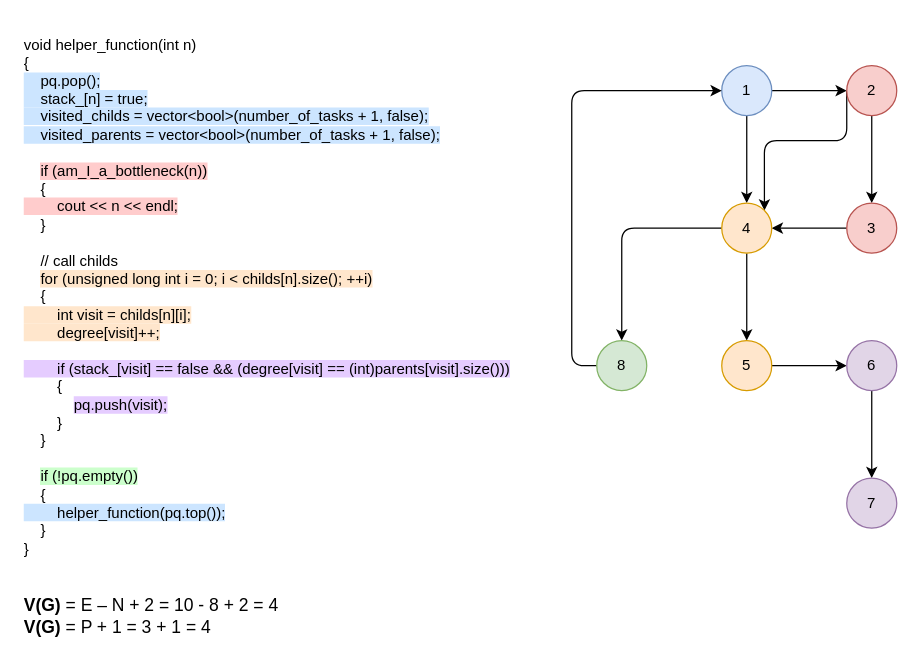
Squalexy/QCS-Project keeps this draw.io diagram as part2/diagrams/helper_function.drawio. Above is the earlier version. Source tidied: cells renumbered, new cells numbered last; positions are measured from the earlier drawing's top-left corner, leaving out a move shared by most shapes. Both pictures are drawn from the tidied source at 125%, with x=0, y=0 at pixel (21, 21).
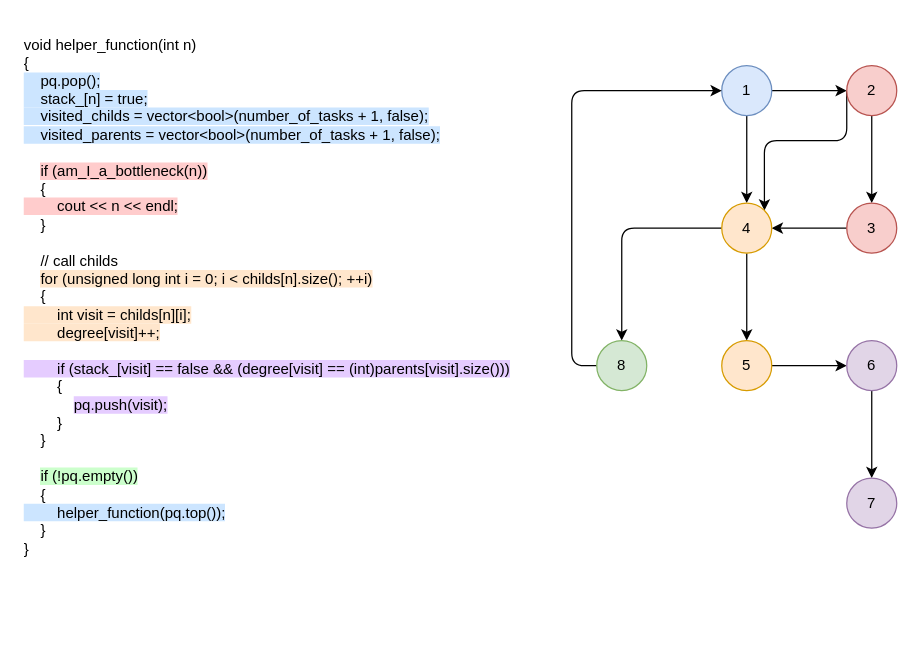
Above is the later version.

Diff of the diagram source:
```diff
@@
-    <mxCell id="21" value="&lt;div style=&quot;font-size: 14px;&quot;&gt;&lt;font style=&quot;font-size: 14px;&quot;&gt;&lt;b&gt;V(G)&lt;/b&gt; = E – N + 2 = 10 - 8 + 2 = 4&lt;/font&gt;&lt;/div&gt;&lt;div style=&quot;font-size: 14px;&quot;&gt;&lt;font style=&quot;font-size: 14px;&quot;&gt;&lt;b&gt;V(G)&lt;/b&gt; = P + 1 = 3 + 1 = 4&lt;/font&gt;&lt;/div&gt;" style="text;html=1;align=left;verticalAlign=middle;strokeColor=none;fillColor=none;" parent="1" vertex="1">
-      <mxGeometry y="450" width="230" height="50" as="geometry" />
-    </mxCell>
```
